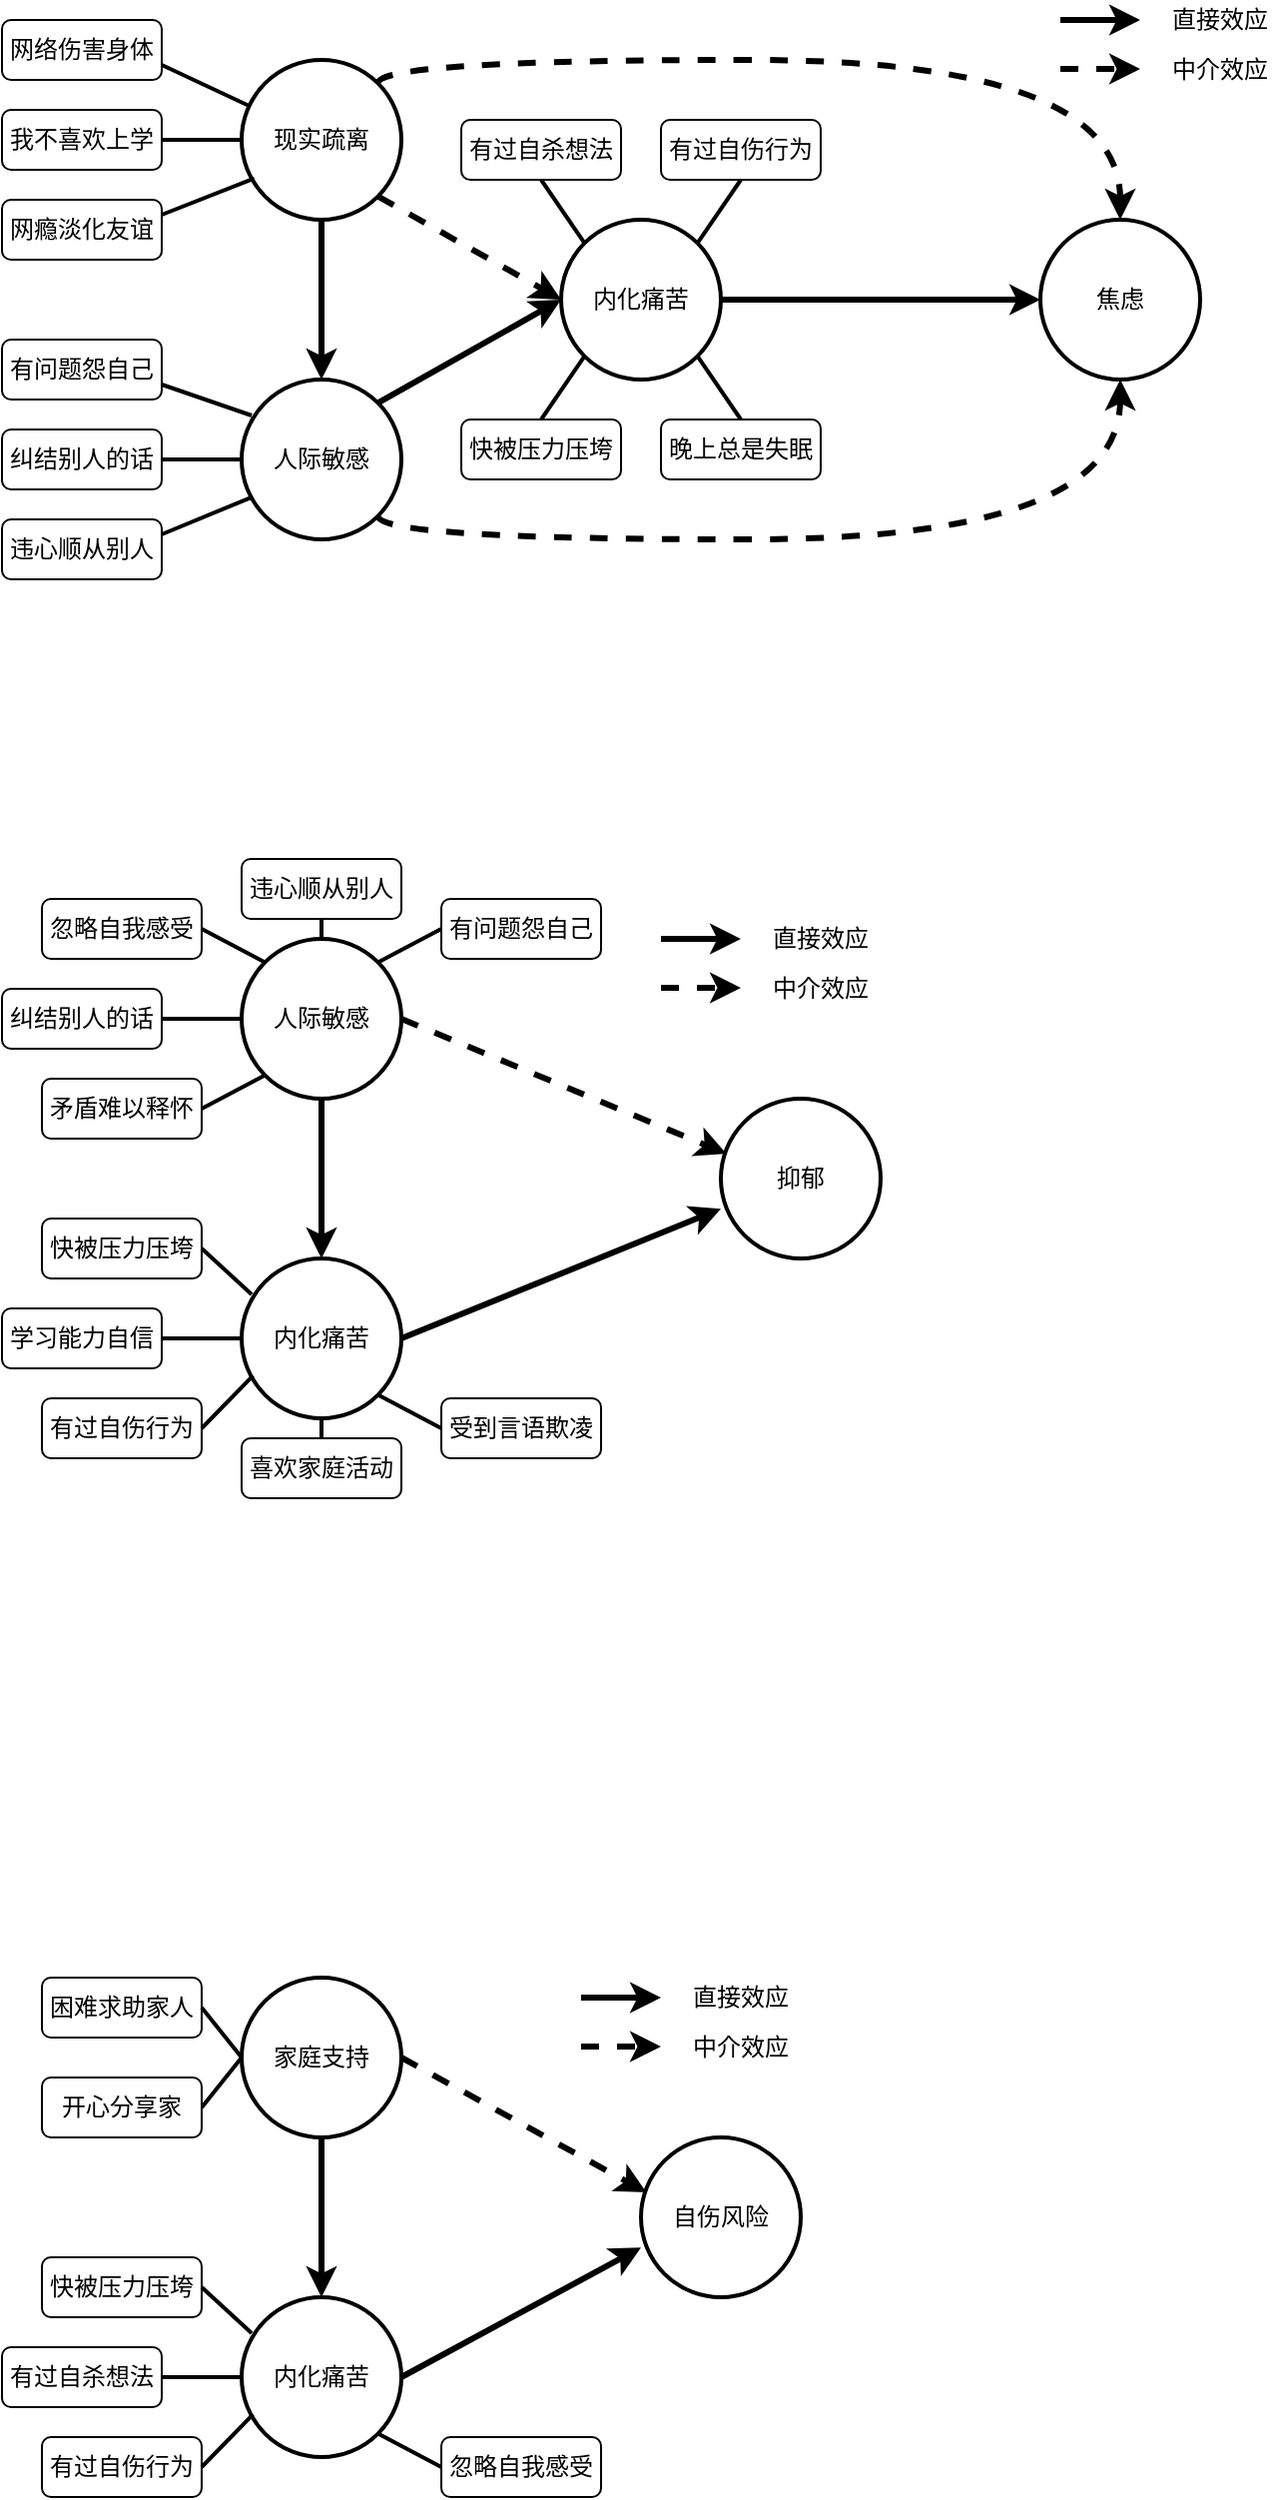
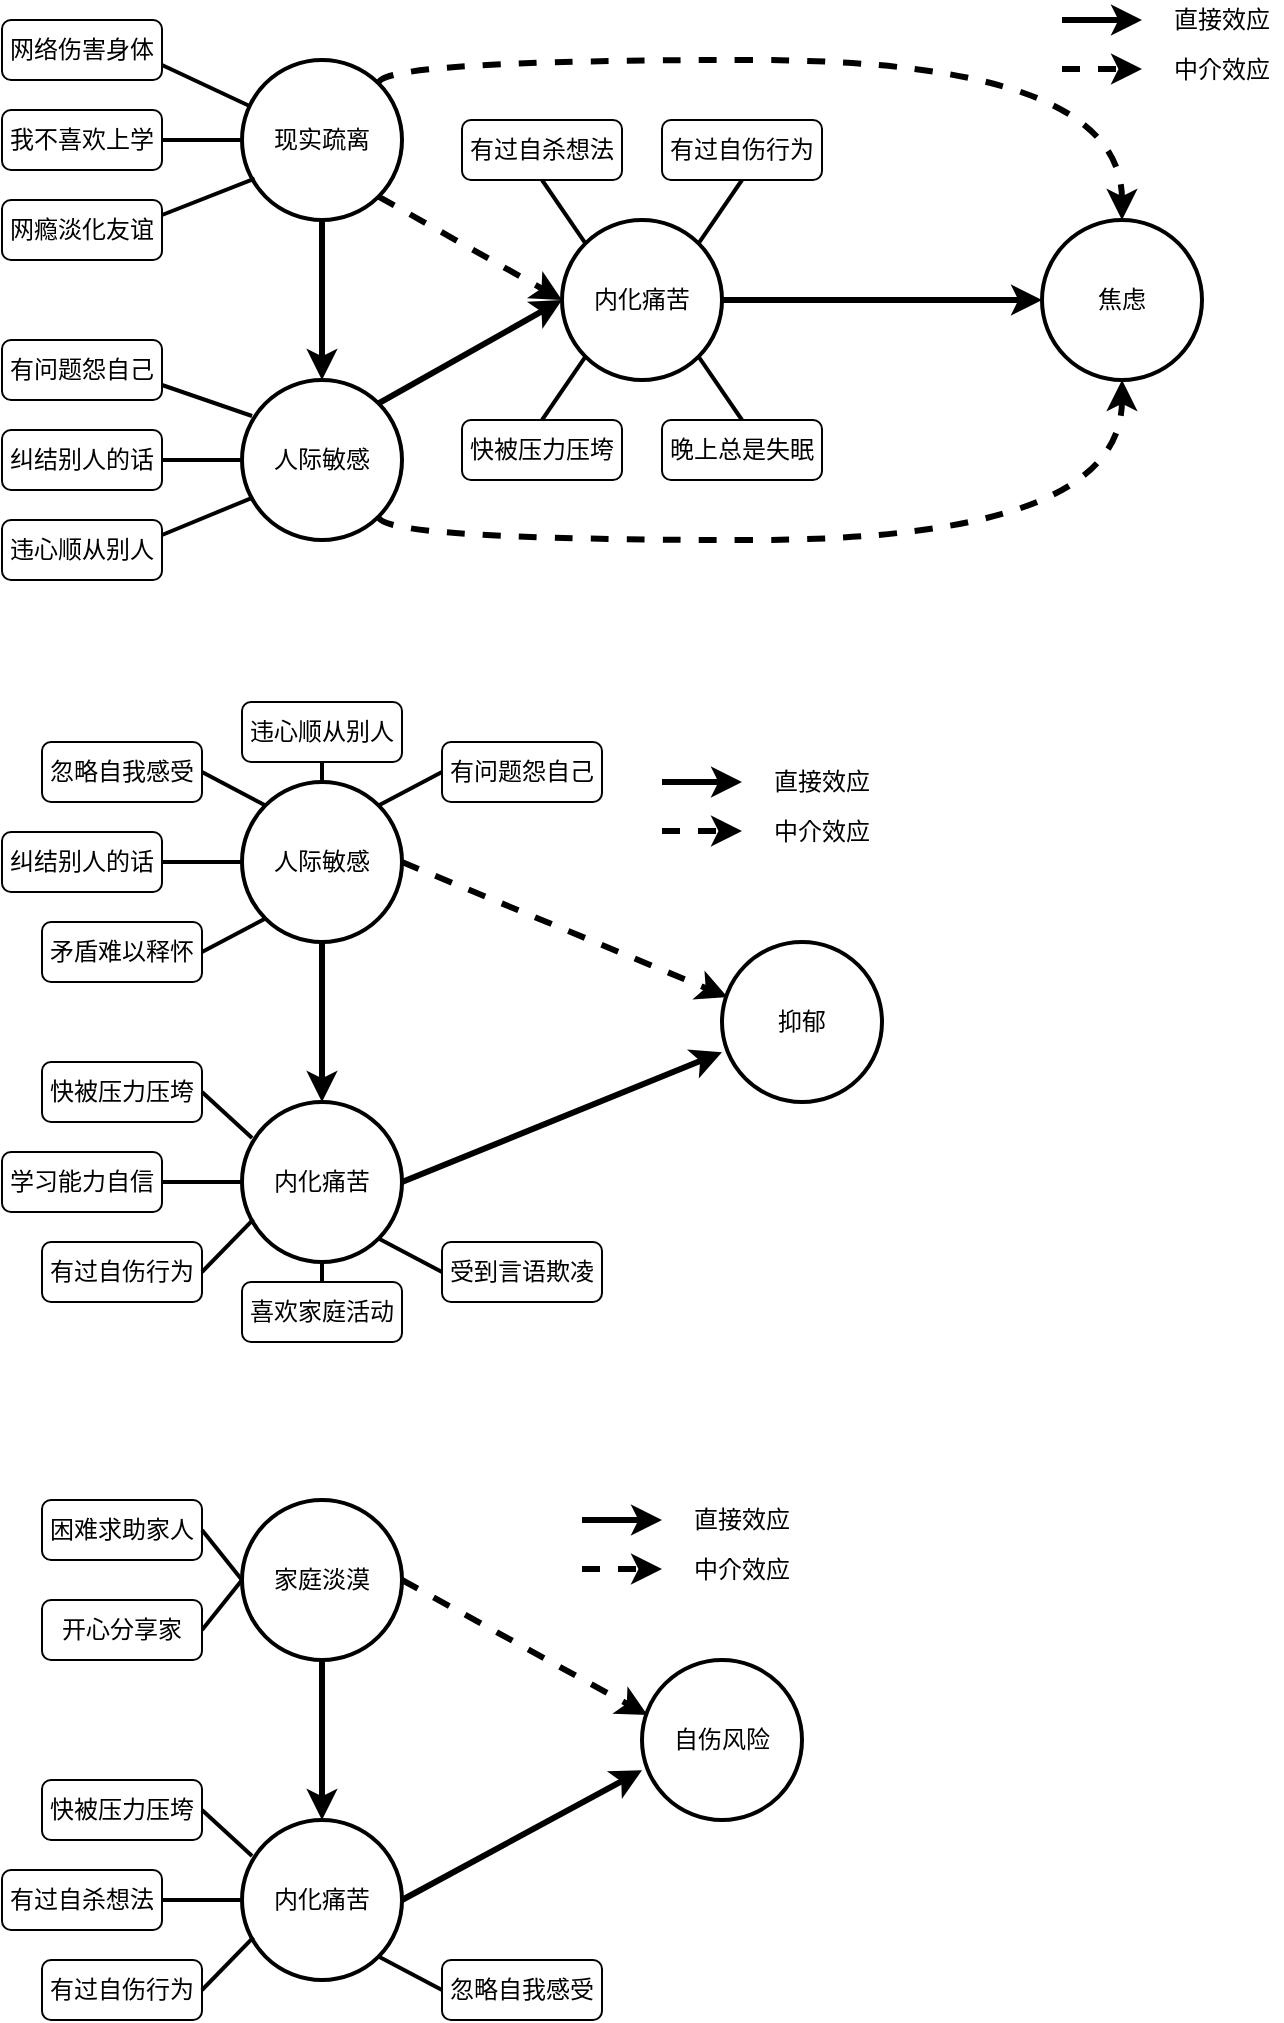
<mxfile host="app.diagrams.net">
  <diagram name="第 1 页" id="HS0CxXq7q4scvndWTVKT">
-     <mxGraphModel dx="1404" dy="958" grid="1" gridSize="10" guides="1" tooltips="1" connect="1" arrows="1" fold="1" page="1" pageScale="1" pageWidth="827" pageHeight="1169" math="0" shadow="0">
+     <mxGraphModel dx="1037" dy="708" grid="1" gridSize="10" guides="1" tooltips="1" connect="1" arrows="1" fold="1" page="1" pageScale="1" pageWidth="827" pageHeight="1169" math="0" shadow="0">
      <root>
        <mxCell id="0" />
        <mxCell id="1" parent="0" />
        <mxCell id="7tfbwY4W02WyuopcoaHY-78" edge="1" parent="1" style="rounded=0;orthogonalLoop=1;jettySize=auto;html=1;exitX=1;exitY=0.5;exitDx=0;exitDy=0;entryX=0;entryY=0.5;entryDx=0;entryDy=0;strokeWidth=3;dashed=1;">
          <mxGeometry relative="1" as="geometry">
            <mxPoint x="610" y="204.5" as="sourcePoint" />
            <mxPoint x="650" y="204.5" as="targetPoint" />
          </mxGeometry>
        </mxCell>
        <mxCell id="7tfbwY4W02WyuopcoaHY-79" edge="1" parent="1" style="rounded=0;orthogonalLoop=1;jettySize=auto;html=1;exitX=1;exitY=0.5;exitDx=0;exitDy=0;entryX=0;entryY=0.5;entryDx=0;entryDy=0;strokeWidth=3;">
          <mxGeometry relative="1" as="geometry">
            <mxPoint x="610" y="180" as="sourcePoint" />
            <mxPoint x="650" y="180" as="targetPoint" />
          </mxGeometry>
        </mxCell>
        <mxCell id="7tfbwY4W02WyuopcoaHY-80" parent="1" style="text;html=1;whiteSpace=wrap;strokeColor=none;fillColor=none;align=center;verticalAlign=middle;rounded=0;" value="中介效应" vertex="1">
          <mxGeometry height="30" width="60" x="660" y="190" as="geometry" />
        </mxCell>
        <mxCell id="7tfbwY4W02WyuopcoaHY-81" parent="1" style="text;html=1;whiteSpace=wrap;strokeColor=none;fillColor=none;align=center;verticalAlign=middle;rounded=0;" value="直接效应" vertex="1">
          <mxGeometry height="20" width="60" x="660" y="170" as="geometry" />
        </mxCell>
        <mxCell id="0jRDYjwyTrUG6QTMXPgp-28" edge="1" parent="1" source="0jRDYjwyTrUG6QTMXPgp-1" style="rounded=0;orthogonalLoop=1;jettySize=auto;html=1;exitX=1;exitY=0.5;exitDx=0;exitDy=0;entryX=0;entryY=0.5;entryDx=0;entryDy=0;strokeWidth=3;" target="0jRDYjwyTrUG6QTMXPgp-4">
          <mxGeometry relative="1" as="geometry" />
        </mxCell>
        <mxCell id="0jRDYjwyTrUG6QTMXPgp-1" parent="1" style="ellipse;whiteSpace=wrap;html=1;aspect=fixed;fontSize=12;strokeWidth=2;" value="内化痛苦" vertex="1">
          <mxGeometry height="80" width="80" x="360" y="280" as="geometry" />
        </mxCell>
        <mxCell id="0jRDYjwyTrUG6QTMXPgp-11" edge="1" parent="1" source="0jRDYjwyTrUG6QTMXPgp-2" style="rounded=0;orthogonalLoop=1;jettySize=auto;html=1;exitX=0.5;exitY=1;exitDx=0;exitDy=0;entryX=0.5;entryY=0;entryDx=0;entryDy=0;strokeWidth=3;" target="0jRDYjwyTrUG6QTMXPgp-3">
          <mxGeometry relative="1" as="geometry" />
        </mxCell>
        <mxCell id="0jRDYjwyTrUG6QTMXPgp-29" edge="1" parent="1" source="0jRDYjwyTrUG6QTMXPgp-2" style="edgeStyle=orthogonalEdgeStyle;rounded=0;orthogonalLoop=1;jettySize=auto;html=1;exitX=1;exitY=0;exitDx=0;exitDy=0;entryX=0.5;entryY=0;entryDx=0;entryDy=0;curved=1;strokeWidth=3;dashed=1;" target="0jRDYjwyTrUG6QTMXPgp-4">
          <mxGeometry relative="1" as="geometry">
            <Array as="points">
              <mxPoint x="268" y="200" />
              <mxPoint x="640" y="200" />
            </Array>
          </mxGeometry>
        </mxCell>
        <mxCell id="0jRDYjwyTrUG6QTMXPgp-2" parent="1" style="ellipse;whiteSpace=wrap;html=1;aspect=fixed;fontSize=12;strokeWidth=2;" value="现实疏离" vertex="1">
          <mxGeometry height="80" width="80" x="200" y="200" as="geometry" />
        </mxCell>
        <mxCell id="0jRDYjwyTrUG6QTMXPgp-26" edge="1" parent="1" source="0jRDYjwyTrUG6QTMXPgp-3" style="rounded=0;orthogonalLoop=1;jettySize=auto;html=1;exitX=1;exitY=0;exitDx=0;exitDy=0;entryX=0;entryY=0.5;entryDx=0;entryDy=0;strokeWidth=3;" target="0jRDYjwyTrUG6QTMXPgp-1">
          <mxGeometry relative="1" as="geometry" />
        </mxCell>
        <mxCell id="0jRDYjwyTrUG6QTMXPgp-30" edge="1" parent="1" source="0jRDYjwyTrUG6QTMXPgp-3" style="edgeStyle=orthogonalEdgeStyle;rounded=0;orthogonalLoop=1;jettySize=auto;html=1;exitX=1;exitY=1;exitDx=0;exitDy=0;entryX=0.5;entryY=1;entryDx=0;entryDy=0;curved=1;strokeWidth=3;dashed=1;" target="0jRDYjwyTrUG6QTMXPgp-4">
          <mxGeometry relative="1" as="geometry">
            <Array as="points">
              <mxPoint x="268" y="440" />
              <mxPoint x="640" y="440" />
            </Array>
          </mxGeometry>
        </mxCell>
        <mxCell id="0jRDYjwyTrUG6QTMXPgp-3" parent="1" style="ellipse;whiteSpace=wrap;html=1;aspect=fixed;fontSize=12;strokeWidth=2;" value="人际敏感" vertex="1">
          <mxGeometry height="80" width="80" x="200" y="360" as="geometry" />
        </mxCell>
        <mxCell id="0jRDYjwyTrUG6QTMXPgp-4" parent="1" style="ellipse;whiteSpace=wrap;html=1;aspect=fixed;fontSize=12;strokeWidth=2;" value="焦虑" vertex="1">
          <mxGeometry height="80" width="80" x="600" y="280" as="geometry" />
        </mxCell>
        <mxCell id="0jRDYjwyTrUG6QTMXPgp-5" parent="1" style="rounded=1;whiteSpace=wrap;html=1;" value="网络伤害身体" vertex="1">
          <mxGeometry height="30" width="80" x="80" y="180" as="geometry" />
        </mxCell>
        <mxCell id="0jRDYjwyTrUG6QTMXPgp-9" edge="1" parent="1" source="0jRDYjwyTrUG6QTMXPgp-6" style="rounded=0;orthogonalLoop=1;jettySize=auto;html=1;exitX=1;exitY=0.5;exitDx=0;exitDy=0;entryX=0;entryY=0.5;entryDx=0;entryDy=0;strokeWidth=2;endArrow=none;endFill=0;" target="0jRDYjwyTrUG6QTMXPgp-2">
          <mxGeometry relative="1" as="geometry" />
        </mxCell>
        <mxCell id="0jRDYjwyTrUG6QTMXPgp-6" parent="1" style="rounded=1;whiteSpace=wrap;html=1;" value="我不喜欢上学" vertex="1">
          <mxGeometry height="30" width="80" x="80" y="225" as="geometry" />
        </mxCell>
        <mxCell id="0jRDYjwyTrUG6QTMXPgp-7" parent="1" style="rounded=1;whiteSpace=wrap;html=1;" value="网瘾淡化友谊" vertex="1">
          <mxGeometry height="30" width="80" x="80" y="270" as="geometry" />
        </mxCell>
        <mxCell id="0jRDYjwyTrUG6QTMXPgp-8" edge="1" parent="1" source="0jRDYjwyTrUG6QTMXPgp-5" style="endArrow=none;html=1;rounded=0;exitX=1;exitY=0.75;exitDx=0;exitDy=0;strokeWidth=2;" target="0jRDYjwyTrUG6QTMXPgp-2" value="">
          <mxGeometry height="50" relative="1" width="50" as="geometry">
            <mxPoint x="390" y="360" as="sourcePoint" />
            <mxPoint x="440" y="310" as="targetPoint" />
          </mxGeometry>
        </mxCell>
        <mxCell id="0jRDYjwyTrUG6QTMXPgp-10" edge="1" parent="1" source="0jRDYjwyTrUG6QTMXPgp-7" style="rounded=0;orthogonalLoop=1;jettySize=auto;html=1;exitX=1;exitY=0.25;exitDx=0;exitDy=0;entryX=0.079;entryY=0.742;entryDx=0;entryDy=0;entryPerimeter=0;strokeWidth=2;endArrow=none;endFill=0;" target="0jRDYjwyTrUG6QTMXPgp-2">
          <mxGeometry relative="1" as="geometry" />
        </mxCell>
        <mxCell id="0jRDYjwyTrUG6QTMXPgp-12" parent="1" style="rounded=1;whiteSpace=wrap;html=1;" value="有问题怨自己" vertex="1">
          <mxGeometry height="30" width="80" x="80" y="340" as="geometry" />
        </mxCell>
        <mxCell id="0jRDYjwyTrUG6QTMXPgp-16" edge="1" parent="1" source="0jRDYjwyTrUG6QTMXPgp-13" style="rounded=0;orthogonalLoop=1;jettySize=auto;html=1;exitX=1;exitY=0.5;exitDx=0;exitDy=0;entryX=0;entryY=0.5;entryDx=0;entryDy=0;strokeWidth=2;endArrow=none;endFill=0;" target="0jRDYjwyTrUG6QTMXPgp-3">
          <mxGeometry relative="1" as="geometry" />
        </mxCell>
        <mxCell id="0jRDYjwyTrUG6QTMXPgp-13" parent="1" style="rounded=1;whiteSpace=wrap;html=1;" value="纠结别人的话" vertex="1">
          <mxGeometry height="30" width="80" x="80" y="385" as="geometry" />
        </mxCell>
        <mxCell id="0jRDYjwyTrUG6QTMXPgp-14" parent="1" style="rounded=1;whiteSpace=wrap;html=1;" value="违心顺从别人" vertex="1">
          <mxGeometry height="30" width="80" x="80" y="430" as="geometry" />
        </mxCell>
        <mxCell id="0jRDYjwyTrUG6QTMXPgp-15" edge="1" parent="1" source="0jRDYjwyTrUG6QTMXPgp-12" style="rounded=0;orthogonalLoop=1;jettySize=auto;html=1;exitX=1;exitY=0.75;exitDx=0;exitDy=0;entryX=0.063;entryY=0.225;entryDx=0;entryDy=0;entryPerimeter=0;strokeWidth=2;endArrow=none;endFill=0;" target="0jRDYjwyTrUG6QTMXPgp-3">
          <mxGeometry relative="1" as="geometry" />
        </mxCell>
        <mxCell id="0jRDYjwyTrUG6QTMXPgp-17" edge="1" parent="1" source="0jRDYjwyTrUG6QTMXPgp-14" style="rounded=0;orthogonalLoop=1;jettySize=auto;html=1;exitX=1;exitY=0.25;exitDx=0;exitDy=0;entryX=0.071;entryY=0.733;entryDx=0;entryDy=0;entryPerimeter=0;strokeWidth=2;endArrow=none;endFill=0;" target="0jRDYjwyTrUG6QTMXPgp-3">
          <mxGeometry relative="1" as="geometry" />
        </mxCell>
        <mxCell id="0jRDYjwyTrUG6QTMXPgp-18" parent="1" style="rounded=1;whiteSpace=wrap;html=1;" value="有过自杀想法" vertex="1">
          <mxGeometry height="30" width="80" x="310" y="230" as="geometry" />
        </mxCell>
        <mxCell id="0jRDYjwyTrUG6QTMXPgp-19" parent="1" style="rounded=1;whiteSpace=wrap;html=1;" value="有过自伤行为" vertex="1">
          <mxGeometry height="30" width="80" x="410" y="230" as="geometry" />
        </mxCell>
        <mxCell id="0jRDYjwyTrUG6QTMXPgp-20" parent="1" style="rounded=1;whiteSpace=wrap;html=1;" value="晚上总是失眠" vertex="1">
          <mxGeometry height="30" width="80" x="410" y="380" as="geometry" />
        </mxCell>
        <mxCell id="0jRDYjwyTrUG6QTMXPgp-21" parent="1" style="rounded=1;whiteSpace=wrap;html=1;" value="快被压力压垮" vertex="1">
          <mxGeometry height="30" width="80" x="310" y="380" as="geometry" />
        </mxCell>
        <mxCell id="0jRDYjwyTrUG6QTMXPgp-22" edge="1" parent="1" source="0jRDYjwyTrUG6QTMXPgp-18" style="rounded=0;orthogonalLoop=1;jettySize=auto;html=1;exitX=0.5;exitY=1;exitDx=0;exitDy=0;entryX=0;entryY=0;entryDx=0;entryDy=0;strokeWidth=2;endArrow=none;endFill=0;" target="0jRDYjwyTrUG6QTMXPgp-1">
          <mxGeometry relative="1" as="geometry" />
        </mxCell>
        <mxCell id="0jRDYjwyTrUG6QTMXPgp-23" edge="1" parent="1" source="0jRDYjwyTrUG6QTMXPgp-19" style="rounded=0;orthogonalLoop=1;jettySize=auto;html=1;exitX=0.5;exitY=1;exitDx=0;exitDy=0;entryX=1;entryY=0;entryDx=0;entryDy=0;strokeWidth=2;endArrow=none;endFill=0;" target="0jRDYjwyTrUG6QTMXPgp-1">
          <mxGeometry relative="1" as="geometry" />
        </mxCell>
        <mxCell id="0jRDYjwyTrUG6QTMXPgp-24" edge="1" parent="1" source="0jRDYjwyTrUG6QTMXPgp-20" style="rounded=0;orthogonalLoop=1;jettySize=auto;html=1;exitX=0.5;exitY=0;exitDx=0;exitDy=0;entryX=1;entryY=1;entryDx=0;entryDy=0;strokeWidth=2;endArrow=none;endFill=0;" target="0jRDYjwyTrUG6QTMXPgp-1">
          <mxGeometry relative="1" as="geometry" />
        </mxCell>
        <mxCell id="0jRDYjwyTrUG6QTMXPgp-25" edge="1" parent="1" source="0jRDYjwyTrUG6QTMXPgp-21" style="rounded=0;orthogonalLoop=1;jettySize=auto;html=1;exitX=0.5;exitY=0;exitDx=0;exitDy=0;entryX=0;entryY=1;entryDx=0;entryDy=0;strokeWidth=2;endArrow=none;endFill=0;" target="0jRDYjwyTrUG6QTMXPgp-1">
          <mxGeometry relative="1" as="geometry" />
        </mxCell>
        <mxCell id="0jRDYjwyTrUG6QTMXPgp-27" edge="1" parent="1" source="0jRDYjwyTrUG6QTMXPgp-2" style="rounded=0;orthogonalLoop=1;jettySize=auto;html=1;exitX=1;exitY=1;exitDx=0;exitDy=0;entryX=0;entryY=0.5;entryDx=0;entryDy=0;strokeWidth=3;dashed=1;" target="0jRDYjwyTrUG6QTMXPgp-1">
          <mxGeometry relative="1" as="geometry" />
        </mxCell>
        <mxCell id="0jRDYjwyTrUG6QTMXPgp-32" edge="1" parent="1" style="rounded=0;orthogonalLoop=1;jettySize=auto;html=1;exitX=1;exitY=0.5;exitDx=0;exitDy=0;entryX=0;entryY=0.5;entryDx=0;entryDy=0;strokeWidth=3;dashed=1;">
          <mxGeometry relative="1" as="geometry">
-             <mxPoint x="410" y="664.5" as="sourcePoint" />
-             <mxPoint x="450" y="664.5" as="targetPoint" />
+             <mxPoint x="410" y="585.5" as="sourcePoint" />
+             <mxPoint x="450" y="585.5" as="targetPoint" />
          </mxGeometry>
        </mxCell>
        <mxCell id="0jRDYjwyTrUG6QTMXPgp-33" edge="1" parent="1" style="rounded=0;orthogonalLoop=1;jettySize=auto;html=1;exitX=1;exitY=0.5;exitDx=0;exitDy=0;entryX=0;entryY=0.5;entryDx=0;entryDy=0;strokeWidth=3;">
          <mxGeometry relative="1" as="geometry">
-             <mxPoint x="410" y="640" as="sourcePoint" />
-             <mxPoint x="450" y="640" as="targetPoint" />
+             <mxPoint x="410" y="561" as="sourcePoint" />
+             <mxPoint x="450" y="561" as="targetPoint" />
          </mxGeometry>
        </mxCell>
        <mxCell id="0jRDYjwyTrUG6QTMXPgp-34" parent="1" style="text;html=1;whiteSpace=wrap;strokeColor=none;fillColor=none;align=center;verticalAlign=middle;rounded=0;" value="中介效应" vertex="1">
-           <mxGeometry height="30" width="60" x="460" y="650" as="geometry" />
+           <mxGeometry height="30" width="60" x="460" y="571" as="geometry" />
        </mxCell>
        <mxCell id="0jRDYjwyTrUG6QTMXPgp-35" parent="1" style="text;html=1;whiteSpace=wrap;strokeColor=none;fillColor=none;align=center;verticalAlign=middle;rounded=0;" value="直接效应" vertex="1">
-           <mxGeometry height="20" width="60" x="460" y="630" as="geometry" />
+           <mxGeometry height="20" width="60" x="460" y="551" as="geometry" />
        </mxCell>
        <mxCell id="0jRDYjwyTrUG6QTMXPgp-38" edge="1" parent="1" source="0jRDYjwyTrUG6QTMXPgp-40" style="rounded=0;orthogonalLoop=1;jettySize=auto;html=1;exitX=0.5;exitY=1;exitDx=0;exitDy=0;entryX=0.5;entryY=0;entryDx=0;entryDy=0;strokeWidth=3;" target="0jRDYjwyTrUG6QTMXPgp-43">
          <mxGeometry relative="1" as="geometry" />
        </mxCell>
        <mxCell id="0jRDYjwyTrUG6QTMXPgp-39" edge="1" parent="1" source="0jRDYjwyTrUG6QTMXPgp-40" style="rounded=0;orthogonalLoop=1;jettySize=auto;html=1;exitX=1;exitY=0.5;exitDx=0;exitDy=0;entryX=0.034;entryY=0.344;entryDx=0;entryDy=0;strokeWidth=3;dashed=1;entryPerimeter=0;" target="0jRDYjwyTrUG6QTMXPgp-44">
          <mxGeometry relative="1" as="geometry" />
        </mxCell>
        <mxCell id="0jRDYjwyTrUG6QTMXPgp-40" parent="1" style="ellipse;whiteSpace=wrap;html=1;aspect=fixed;fontSize=12;strokeWidth=2;" value="人际敏感" vertex="1">
-           <mxGeometry height="80" width="80" x="200" y="640" as="geometry" />
+           <mxGeometry height="80" width="80" x="200" y="561" as="geometry" />
        </mxCell>
        <mxCell id="0jRDYjwyTrUG6QTMXPgp-42" edge="1" parent="1" source="0jRDYjwyTrUG6QTMXPgp-43" style="rounded=0;orthogonalLoop=1;jettySize=auto;html=1;exitX=1;exitY=0.5;exitDx=0;exitDy=0;entryX=0;entryY=0.689;entryDx=0;entryDy=0;strokeWidth=3;entryPerimeter=0;" target="0jRDYjwyTrUG6QTMXPgp-44">
          <mxGeometry relative="1" as="geometry" />
        </mxCell>
        <mxCell id="0jRDYjwyTrUG6QTMXPgp-43" parent="1" style="ellipse;whiteSpace=wrap;html=1;aspect=fixed;fontSize=12;strokeWidth=2;" value="内化痛苦" vertex="1">
-           <mxGeometry height="80" width="80" x="200" y="800" as="geometry" />
+           <mxGeometry height="80" width="80" x="200" y="721" as="geometry" />
        </mxCell>
        <mxCell id="0jRDYjwyTrUG6QTMXPgp-44" parent="1" style="ellipse;whiteSpace=wrap;html=1;aspect=fixed;fontSize=12;strokeWidth=2;" value="抑郁" vertex="1">
-           <mxGeometry height="80" width="80" x="440" y="720" as="geometry" />
+           <mxGeometry height="80" width="80" x="440" y="641" as="geometry" />
        </mxCell>
        <mxCell id="0jRDYjwyTrUG6QTMXPgp-45" parent="1" style="rounded=1;whiteSpace=wrap;html=1;" value="忽略自我感受" vertex="1">
-           <mxGeometry height="30" width="80" x="100" y="620" as="geometry" />
+           <mxGeometry height="30" width="80" x="100" y="541" as="geometry" />
        </mxCell>
        <mxCell id="0jRDYjwyTrUG6QTMXPgp-46" edge="1" parent="1" source="0jRDYjwyTrUG6QTMXPgp-47" style="rounded=0;orthogonalLoop=1;jettySize=auto;html=1;exitX=0;exitY=0.5;exitDx=0;exitDy=0;strokeWidth=2;endArrow=none;endFill=0;entryX=1;entryY=0;entryDx=0;entryDy=0;" target="0jRDYjwyTrUG6QTMXPgp-40">
          <mxGeometry relative="1" as="geometry">
-             <mxPoint x="200" y="670" as="targetPoint" />
+             <mxPoint x="200" y="591" as="targetPoint" />
          </mxGeometry>
        </mxCell>
        <mxCell id="0jRDYjwyTrUG6QTMXPgp-47" parent="1" style="rounded=1;whiteSpace=wrap;html=1;" value="有问题怨自己" vertex="1">
-           <mxGeometry height="30" width="80" x="300" y="620" as="geometry" />
+           <mxGeometry height="30" width="80" x="300" y="541" as="geometry" />
        </mxCell>
        <mxCell id="0jRDYjwyTrUG6QTMXPgp-48" parent="1" style="rounded=1;whiteSpace=wrap;html=1;" value="纠结别人的话" vertex="1">
-           <mxGeometry height="30" width="80" x="80" y="665" as="geometry" />
+           <mxGeometry height="30" width="80" x="80" y="586" as="geometry" />
        </mxCell>
        <mxCell id="0jRDYjwyTrUG6QTMXPgp-49" edge="1" parent="1" source="0jRDYjwyTrUG6QTMXPgp-45" style="endArrow=none;html=1;rounded=0;exitX=1;exitY=0.5;exitDx=0;exitDy=0;strokeWidth=2;entryX=0;entryY=0;entryDx=0;entryDy=0;" target="0jRDYjwyTrUG6QTMXPgp-40" value="">
          <mxGeometry height="50" relative="1" width="50" as="geometry">
-             <mxPoint x="390" y="800" as="sourcePoint" />
-             <mxPoint x="210" y="659" as="targetPoint" />
+             <mxPoint x="390" y="721" as="sourcePoint" />
+             <mxPoint x="210" y="580" as="targetPoint" />
          </mxGeometry>
        </mxCell>
        <mxCell id="0jRDYjwyTrUG6QTMXPgp-50" edge="1" parent="1" source="0jRDYjwyTrUG6QTMXPgp-48" style="rounded=0;orthogonalLoop=1;jettySize=auto;html=1;exitX=1;exitY=0.5;exitDx=0;exitDy=0;entryX=0;entryY=0.5;entryDx=0;entryDy=0;strokeWidth=2;endArrow=none;endFill=0;" target="0jRDYjwyTrUG6QTMXPgp-40">
          <mxGeometry relative="1" as="geometry" />
        </mxCell>
        <mxCell id="0jRDYjwyTrUG6QTMXPgp-51" parent="1" style="rounded=1;whiteSpace=wrap;html=1;" value="快被压力压垮" vertex="1">
-           <mxGeometry height="30" width="80" x="100" y="780" as="geometry" />
+           <mxGeometry height="30" width="80" x="100" y="701" as="geometry" />
        </mxCell>
        <mxCell id="0jRDYjwyTrUG6QTMXPgp-52" edge="1" parent="1" source="0jRDYjwyTrUG6QTMXPgp-53" style="rounded=0;orthogonalLoop=1;jettySize=auto;html=1;exitX=1;exitY=0.5;exitDx=0;exitDy=0;entryX=0;entryY=0.5;entryDx=0;entryDy=0;strokeWidth=2;endArrow=none;endFill=0;" target="0jRDYjwyTrUG6QTMXPgp-43">
          <mxGeometry relative="1" as="geometry" />
        </mxCell>
        <mxCell id="0jRDYjwyTrUG6QTMXPgp-53" parent="1" style="rounded=1;whiteSpace=wrap;html=1;" value="学习能力自信" vertex="1">
-           <mxGeometry height="30" width="80" x="80" y="825" as="geometry" />
+           <mxGeometry height="30" width="80" x="80" y="746" as="geometry" />
        </mxCell>
        <mxCell id="0jRDYjwyTrUG6QTMXPgp-54" parent="1" style="rounded=1;whiteSpace=wrap;html=1;" value="有过自伤行为" vertex="1">
-           <mxGeometry height="30" width="80" x="100" y="870" as="geometry" />
+           <mxGeometry height="30" width="80" x="100" y="791" as="geometry" />
        </mxCell>
        <mxCell id="0jRDYjwyTrUG6QTMXPgp-55" edge="1" parent="1" source="0jRDYjwyTrUG6QTMXPgp-51" style="rounded=0;orthogonalLoop=1;jettySize=auto;html=1;exitX=1;exitY=0.5;exitDx=0;exitDy=0;entryX=0.063;entryY=0.225;entryDx=0;entryDy=0;entryPerimeter=0;strokeWidth=2;endArrow=none;endFill=0;" target="0jRDYjwyTrUG6QTMXPgp-43">
          <mxGeometry relative="1" as="geometry" />
        </mxCell>
        <mxCell id="0jRDYjwyTrUG6QTMXPgp-56" edge="1" parent="1" source="0jRDYjwyTrUG6QTMXPgp-54" style="rounded=0;orthogonalLoop=1;jettySize=auto;html=1;exitX=1;exitY=0.5;exitDx=0;exitDy=0;entryX=0.071;entryY=0.733;entryDx=0;entryDy=0;entryPerimeter=0;strokeWidth=2;endArrow=none;endFill=0;exitPerimeter=0;" target="0jRDYjwyTrUG6QTMXPgp-43">
          <mxGeometry relative="1" as="geometry" />
        </mxCell>
        <mxCell id="0jRDYjwyTrUG6QTMXPgp-69" edge="1" parent="1" source="0jRDYjwyTrUG6QTMXPgp-67" style="rounded=0;orthogonalLoop=1;jettySize=auto;html=1;exitX=1;exitY=0.5;exitDx=0;exitDy=0;entryX=0;entryY=1;entryDx=0;entryDy=0;strokeWidth=2;endArrow=none;endFill=0;" target="0jRDYjwyTrUG6QTMXPgp-40">
          <mxGeometry relative="1" as="geometry" />
        </mxCell>
        <mxCell id="0jRDYjwyTrUG6QTMXPgp-67" parent="1" style="rounded=1;whiteSpace=wrap;html=1;" value="矛盾难以释怀" vertex="1">
-           <mxGeometry height="30" width="80" x="100" y="710" as="geometry" />
+           <mxGeometry height="30" width="80" x="100" y="631" as="geometry" />
        </mxCell>
        <mxCell id="0jRDYjwyTrUG6QTMXPgp-70" edge="1" parent="1" source="0jRDYjwyTrUG6QTMXPgp-68" style="rounded=0;orthogonalLoop=1;jettySize=auto;html=1;exitX=0.5;exitY=1;exitDx=0;exitDy=0;entryX=0.5;entryY=0;entryDx=0;entryDy=0;strokeWidth=2;endArrow=none;endFill=0;" target="0jRDYjwyTrUG6QTMXPgp-40">
          <mxGeometry relative="1" as="geometry" />
        </mxCell>
        <mxCell id="0jRDYjwyTrUG6QTMXPgp-68" parent="1" style="rounded=1;whiteSpace=wrap;html=1;" value="违心顺从别人" vertex="1">
-           <mxGeometry height="30" width="80" x="200" y="600" as="geometry" />
+           <mxGeometry height="30" width="80" x="200" y="521" as="geometry" />
        </mxCell>
        <mxCell id="0jRDYjwyTrUG6QTMXPgp-73" edge="1" parent="1" source="0jRDYjwyTrUG6QTMXPgp-71" style="rounded=0;orthogonalLoop=1;jettySize=auto;html=1;exitX=0;exitY=0.5;exitDx=0;exitDy=0;entryX=1;entryY=1;entryDx=0;entryDy=0;strokeWidth=2;endArrow=none;endFill=0;" target="0jRDYjwyTrUG6QTMXPgp-43">
          <mxGeometry relative="1" as="geometry" />
        </mxCell>
        <mxCell id="0jRDYjwyTrUG6QTMXPgp-71" parent="1" style="rounded=1;whiteSpace=wrap;html=1;" value="受到言语欺凌" vertex="1">
-           <mxGeometry height="30" width="80" x="300" y="870" as="geometry" />
+           <mxGeometry height="30" width="80" x="300" y="791" as="geometry" />
        </mxCell>
        <mxCell id="0jRDYjwyTrUG6QTMXPgp-74" edge="1" parent="1" source="0jRDYjwyTrUG6QTMXPgp-72" style="rounded=0;orthogonalLoop=1;jettySize=auto;html=1;exitX=0.5;exitY=0;exitDx=0;exitDy=0;entryX=0.5;entryY=1;entryDx=0;entryDy=0;strokeWidth=2;endArrow=none;endFill=0;" target="0jRDYjwyTrUG6QTMXPgp-43">
          <mxGeometry relative="1" as="geometry" />
        </mxCell>
        <mxCell id="0jRDYjwyTrUG6QTMXPgp-72" parent="1" style="rounded=1;whiteSpace=wrap;html=1;" value="喜欢家庭活动" vertex="1">
-           <mxGeometry height="30" width="80" x="200" y="890" as="geometry" />
+           <mxGeometry height="30" width="80" x="200" y="811" as="geometry" />
        </mxCell>
        <mxCell id="0jRDYjwyTrUG6QTMXPgp-75" edge="1" parent="1" style="rounded=0;orthogonalLoop=1;jettySize=auto;html=1;exitX=1;exitY=0.5;exitDx=0;exitDy=0;entryX=0;entryY=0.5;entryDx=0;entryDy=0;strokeWidth=3;dashed=1;">
          <mxGeometry relative="1" as="geometry">
-             <mxPoint x="370" y="1194.5" as="sourcePoint" />
-             <mxPoint x="410" y="1194.5" as="targetPoint" />
+             <mxPoint x="370" y="954.5" as="sourcePoint" />
+             <mxPoint x="410" y="954.5" as="targetPoint" />
          </mxGeometry>
        </mxCell>
        <mxCell id="0jRDYjwyTrUG6QTMXPgp-76" edge="1" parent="1" style="rounded=0;orthogonalLoop=1;jettySize=auto;html=1;exitX=1;exitY=0.5;exitDx=0;exitDy=0;entryX=0;entryY=0.5;entryDx=0;entryDy=0;strokeWidth=3;">
          <mxGeometry relative="1" as="geometry">
-             <mxPoint x="370" y="1170" as="sourcePoint" />
-             <mxPoint x="410" y="1170" as="targetPoint" />
+             <mxPoint x="370" y="930" as="sourcePoint" />
+             <mxPoint x="410" y="930" as="targetPoint" />
          </mxGeometry>
        </mxCell>
        <mxCell id="0jRDYjwyTrUG6QTMXPgp-77" parent="1" style="text;html=1;whiteSpace=wrap;strokeColor=none;fillColor=none;align=center;verticalAlign=middle;rounded=0;" value="中介效应" vertex="1">
-           <mxGeometry height="30" width="60" x="420" y="1180" as="geometry" />
+           <mxGeometry height="30" width="60" x="420" y="940" as="geometry" />
        </mxCell>
        <mxCell id="0jRDYjwyTrUG6QTMXPgp-78" parent="1" style="text;html=1;whiteSpace=wrap;strokeColor=none;fillColor=none;align=center;verticalAlign=middle;rounded=0;" value="直接效应" vertex="1">
-           <mxGeometry height="20" width="60" x="420" y="1160" as="geometry" />
+           <mxGeometry height="20" width="60" x="420" y="920" as="geometry" />
        </mxCell>
        <mxCell id="0jRDYjwyTrUG6QTMXPgp-79" edge="1" parent="1" source="0jRDYjwyTrUG6QTMXPgp-81" style="rounded=0;orthogonalLoop=1;jettySize=auto;html=1;exitX=0.5;exitY=1;exitDx=0;exitDy=0;entryX=0.5;entryY=0;entryDx=0;entryDy=0;strokeWidth=3;" target="0jRDYjwyTrUG6QTMXPgp-83">
          <mxGeometry relative="1" as="geometry" />
        </mxCell>
        <mxCell id="0jRDYjwyTrUG6QTMXPgp-80" edge="1" parent="1" source="0jRDYjwyTrUG6QTMXPgp-81" style="rounded=0;orthogonalLoop=1;jettySize=auto;html=1;exitX=1;exitY=0.5;exitDx=0;exitDy=0;entryX=0.034;entryY=0.344;entryDx=0;entryDy=0;strokeWidth=3;dashed=1;entryPerimeter=0;" target="0jRDYjwyTrUG6QTMXPgp-84">
          <mxGeometry relative="1" as="geometry" />
        </mxCell>
-         <mxCell id="0jRDYjwyTrUG6QTMXPgp-81" parent="1" style="ellipse;whiteSpace=wrap;html=1;aspect=fixed;fontSize=12;strokeWidth=2;" value="家庭支持" vertex="1">
-           <mxGeometry height="80" width="80" x="200" y="1160" as="geometry" />
+         <mxCell id="0jRDYjwyTrUG6QTMXPgp-81" parent="1" style="ellipse;whiteSpace=wrap;html=1;aspect=fixed;fontSize=12;strokeWidth=2;" value="家庭淡漠" vertex="1">
+           <mxGeometry height="80" width="80" x="200" y="920" as="geometry" />
        </mxCell>
        <mxCell id="0jRDYjwyTrUG6QTMXPgp-82" edge="1" parent="1" source="0jRDYjwyTrUG6QTMXPgp-83" style="rounded=0;orthogonalLoop=1;jettySize=auto;html=1;exitX=1;exitY=0.5;exitDx=0;exitDy=0;entryX=0;entryY=0.689;entryDx=0;entryDy=0;strokeWidth=3;entryPerimeter=0;" target="0jRDYjwyTrUG6QTMXPgp-84">
          <mxGeometry relative="1" as="geometry" />
        </mxCell>
        <mxCell id="0jRDYjwyTrUG6QTMXPgp-83" parent="1" style="ellipse;whiteSpace=wrap;html=1;aspect=fixed;fontSize=12;strokeWidth=2;" value="内化痛苦" vertex="1">
-           <mxGeometry height="80" width="80" x="200" y="1320" as="geometry" />
+           <mxGeometry height="80" width="80" x="200" y="1080" as="geometry" />
        </mxCell>
        <mxCell id="0jRDYjwyTrUG6QTMXPgp-84" parent="1" style="ellipse;whiteSpace=wrap;html=1;aspect=fixed;fontSize=12;strokeWidth=2;" value="自伤风险" vertex="1">
-           <mxGeometry height="80" width="80" x="400" y="1240" as="geometry" />
+           <mxGeometry height="80" width="80" x="400" y="1000" as="geometry" />
        </mxCell>
        <mxCell id="0jRDYjwyTrUG6QTMXPgp-85" parent="1" style="rounded=1;whiteSpace=wrap;html=1;" value="困难求助家人" vertex="1">
-           <mxGeometry height="30" width="80" x="100" y="1160" as="geometry" />
+           <mxGeometry height="30" width="80" x="100" y="920" as="geometry" />
        </mxCell>
        <mxCell id="0jRDYjwyTrUG6QTMXPgp-89" edge="1" parent="1" source="0jRDYjwyTrUG6QTMXPgp-85" style="endArrow=none;html=1;rounded=0;exitX=1;exitY=0.5;exitDx=0;exitDy=0;strokeWidth=2;entryX=0;entryY=0.5;entryDx=0;entryDy=0;" target="0jRDYjwyTrUG6QTMXPgp-81" value="">
          <mxGeometry height="50" relative="1" width="50" as="geometry">
-             <mxPoint x="390" y="1320" as="sourcePoint" />
-             <mxPoint x="210" y="1179" as="targetPoint" />
+             <mxPoint x="390" y="1080" as="sourcePoint" />
+             <mxPoint x="210" y="939" as="targetPoint" />
          </mxGeometry>
        </mxCell>
        <mxCell id="0jRDYjwyTrUG6QTMXPgp-91" parent="1" style="rounded=1;whiteSpace=wrap;html=1;" value="快被压力压垮" vertex="1">
-           <mxGeometry height="30" width="80" x="100" y="1300" as="geometry" />
+           <mxGeometry height="30" width="80" x="100" y="1060" as="geometry" />
        </mxCell>
        <mxCell id="0jRDYjwyTrUG6QTMXPgp-92" edge="1" parent="1" source="0jRDYjwyTrUG6QTMXPgp-93" style="rounded=0;orthogonalLoop=1;jettySize=auto;html=1;exitX=1;exitY=0.5;exitDx=0;exitDy=0;entryX=0;entryY=0.5;entryDx=0;entryDy=0;strokeWidth=2;endArrow=none;endFill=0;" target="0jRDYjwyTrUG6QTMXPgp-83">
          <mxGeometry relative="1" as="geometry" />
        </mxCell>
        <mxCell id="0jRDYjwyTrUG6QTMXPgp-93" parent="1" style="rounded=1;whiteSpace=wrap;html=1;" value="有过自杀想法" vertex="1">
-           <mxGeometry height="30" width="80" x="80" y="1345" as="geometry" />
+           <mxGeometry height="30" width="80" x="80" y="1105" as="geometry" />
        </mxCell>
        <mxCell id="0jRDYjwyTrUG6QTMXPgp-94" parent="1" style="rounded=1;whiteSpace=wrap;html=1;" value="有过自伤行为" vertex="1">
-           <mxGeometry height="30" width="80" x="100" y="1390" as="geometry" />
+           <mxGeometry height="30" width="80" x="100" y="1150" as="geometry" />
        </mxCell>
        <mxCell id="0jRDYjwyTrUG6QTMXPgp-95" edge="1" parent="1" source="0jRDYjwyTrUG6QTMXPgp-91" style="rounded=0;orthogonalLoop=1;jettySize=auto;html=1;exitX=1;exitY=0.5;exitDx=0;exitDy=0;entryX=0.063;entryY=0.225;entryDx=0;entryDy=0;entryPerimeter=0;strokeWidth=2;endArrow=none;endFill=0;" target="0jRDYjwyTrUG6QTMXPgp-83">
          <mxGeometry relative="1" as="geometry" />
        </mxCell>
        <mxCell id="0jRDYjwyTrUG6QTMXPgp-96" edge="1" parent="1" source="0jRDYjwyTrUG6QTMXPgp-94" style="rounded=0;orthogonalLoop=1;jettySize=auto;html=1;exitX=1;exitY=0.5;exitDx=0;exitDy=0;entryX=0.071;entryY=0.733;entryDx=0;entryDy=0;entryPerimeter=0;strokeWidth=2;endArrow=none;endFill=0;exitPerimeter=0;" target="0jRDYjwyTrUG6QTMXPgp-83">
          <mxGeometry relative="1" as="geometry" />
        </mxCell>
        <mxCell id="0jRDYjwyTrUG6QTMXPgp-97" edge="1" parent="1" source="0jRDYjwyTrUG6QTMXPgp-98" style="rounded=0;orthogonalLoop=1;jettySize=auto;html=1;exitX=1;exitY=0.5;exitDx=0;exitDy=0;entryX=0;entryY=0.5;entryDx=0;entryDy=0;strokeWidth=2;endArrow=none;endFill=0;" target="0jRDYjwyTrUG6QTMXPgp-81">
          <mxGeometry relative="1" as="geometry" />
        </mxCell>
        <mxCell id="0jRDYjwyTrUG6QTMXPgp-98" parent="1" style="rounded=1;whiteSpace=wrap;html=1;" value="开心分享家" vertex="1">
-           <mxGeometry height="30" width="80" x="100" y="1210" as="geometry" />
+           <mxGeometry height="30" width="80" x="100" y="970" as="geometry" />
        </mxCell>
        <mxCell id="0jRDYjwyTrUG6QTMXPgp-103" edge="1" parent="1" source="0jRDYjwyTrUG6QTMXPgp-104" style="rounded=0;orthogonalLoop=1;jettySize=auto;html=1;exitX=0;exitY=0.5;exitDx=0;exitDy=0;strokeWidth=2;endArrow=none;endFill=0;entryX=1;entryY=1;entryDx=0;entryDy=0;" target="0jRDYjwyTrUG6QTMXPgp-83">
          <mxGeometry relative="1" as="geometry">
-             <mxPoint x="272" y="1389" as="targetPoint" />
+             <mxPoint x="272" y="1149" as="targetPoint" />
          </mxGeometry>
        </mxCell>
        <mxCell id="0jRDYjwyTrUG6QTMXPgp-104" parent="1" style="rounded=1;whiteSpace=wrap;html=1;" value="忽略自我感受" vertex="1">
-           <mxGeometry height="30" width="80" x="300" y="1390" as="geometry" />
+           <mxGeometry height="30" width="80" x="300" y="1150" as="geometry" />
        </mxCell>
      </root>
    </mxGraphModel>
  </diagram>
</mxfile>
